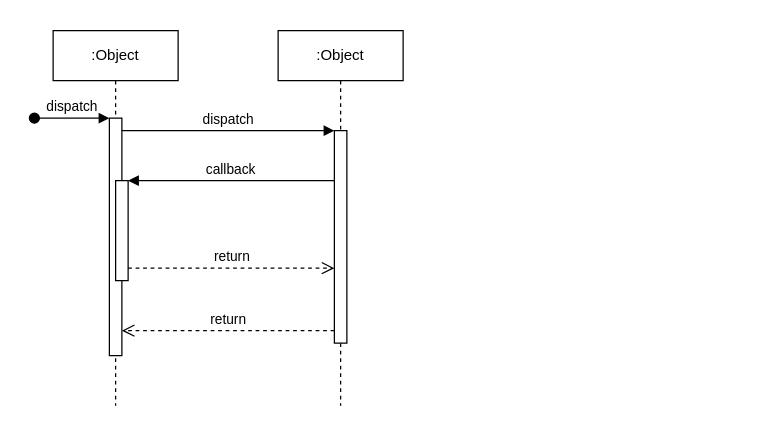
Above: AmirWork/M2/ED_Manager_SequenceDiagram.drawio in SENG-350-2024-fall/Team9 (draw.io), before the change. Source tidied: cells renumbered, new cells numbered last; positions are measured from the earlier drawing's top-left corner, leaving out a move shared by most shapes. Both pictures are drawn from the tidied source at 125%, with x=0, y=0 at pixel (34, 30).
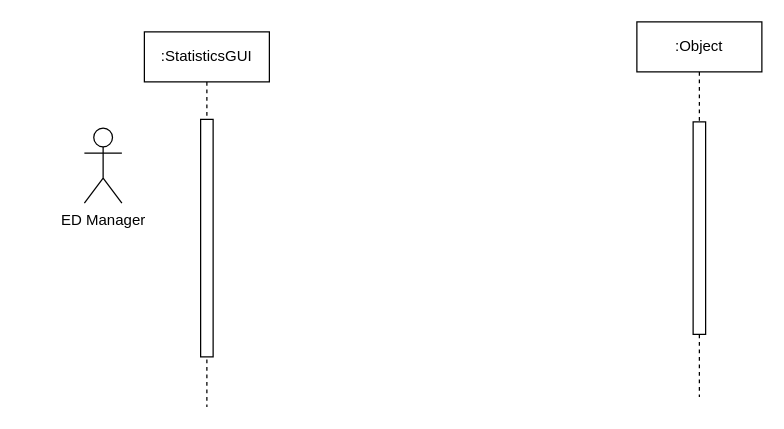
The same page after the edit.

Diff of the diagram source:
```diff
@@
-<mxGraphModel>
+<mxGraphModel background="#ffffff">
   <root>
     <mxCell id="0" />
     <mxCell id="1" parent="0" />
-    <mxCell id="2" value=":Object" style="shape=umlLifeline;perimeter=lifelinePerimeter;whiteSpace=wrap;html=1;newEdgeStyle={&quot;edgeStyle&quot;:&quot;elbowEdgeStyle&quot;,&quot;elbow&quot;:&quot;vertical&quot;,&quot;curved&quot;:0,&quot;rounded&quot;:0};" parent="1" vertex="1">
-      <mxGeometry x="15" width="100" height="300" as="geometry" />
+    <mxCell id="2" value=":StatisticsGUI" style="shape=umlLifeline;perimeter=lifelinePerimeter;whiteSpace=wrap;html=1;newEdgeStyle={&quot;edgeStyle&quot;:&quot;elbowEdgeStyle&quot;,&quot;elbow&quot;:&quot;vertical&quot;,&quot;curved&quot;:0,&quot;rounded&quot;:0};" parent="1" vertex="1">
+      <mxGeometry x="88" y="1" width="100" height="300" as="geometry" />
     </mxCell>
     <mxCell id="3" style="html=1;points=[];perimeter=orthogonalPerimeter;outlineConnect=0;targetShapes=umlLifeline;portConstraint=eastwest;newEdgeStyle={&quot;edgeStyle&quot;:&quot;elbowEdgeStyle&quot;,&quot;elbow&quot;:&quot;vertical&quot;,&quot;curved&quot;:0,&quot;rounded&quot;:0};" parent="2" vertex="1">
       <mxGeometry x="45" y="70" width="10" height="190" as="geometry" />
     </mxCell>
-    <mxCell id="4" value="dispatch" style="html=1;verticalAlign=bottom;startArrow=oval;endArrow=block;startSize=8;edgeStyle=elbowEdgeStyle;elbow=vertical;curved=0;rounded=0;" parent="2" edge="1" target="3">
-      <mxGeometry relative="1" as="geometry">
-        <mxPoint x="-15" y="70" as="sourcePoint" />
-      </mxGeometry>
-    </mxCell>
-    <mxCell id="5" style="html=1;points=[];perimeter=orthogonalPerimeter;outlineConnect=0;targetShapes=umlLifeline;portConstraint=eastwest;newEdgeStyle={&quot;edgeStyle&quot;:&quot;elbowEdgeStyle&quot;,&quot;elbow&quot;:&quot;vertical&quot;,&quot;curved&quot;:0,&quot;rounded&quot;:0};" parent="2" vertex="1">
-      <mxGeometry x="50" y="120" width="10" height="80" as="geometry" />
-    </mxCell>
     <mxCell id="6" value=":Object" style="shape=umlLifeline;perimeter=lifelinePerimeter;whiteSpace=wrap;html=1;newEdgeStyle={&quot;edgeStyle&quot;:&quot;elbowEdgeStyle&quot;,&quot;elbow&quot;:&quot;vertical&quot;,&quot;curved&quot;:0,&quot;rounded&quot;:0};" parent="1" vertex="1">
-      <mxGeometry x="195" width="100" height="300" as="geometry" />
+      <mxGeometry x="482" y="-7" width="100" height="300" as="geometry" />
     </mxCell>
     <mxCell id="7" style="html=1;points=[];perimeter=orthogonalPerimeter;outlineConnect=0;targetShapes=umlLifeline;portConstraint=eastwest;newEdgeStyle={&quot;edgeStyle&quot;:&quot;elbowEdgeStyle&quot;,&quot;elbow&quot;:&quot;vertical&quot;,&quot;curved&quot;:0,&quot;rounded&quot;:0};" parent="6" vertex="1">
       <mxGeometry x="45" y="80" width="10" height="170" as="geometry" />
     </mxCell>
-    <mxCell id="8" value="dispatch" style="html=1;verticalAlign=bottom;endArrow=block;edgeStyle=elbowEdgeStyle;elbow=vertical;curved=0;rounded=0;" parent="1" edge="1" source="3" target="7">
-      <mxGeometry relative="1" as="geometry">
-        <Array as="points">
-          <mxPoint x="155" y="80" />
-        </Array>
-      </mxGeometry>
-    </mxCell>
-    <mxCell id="9" value="return" style="html=1;verticalAlign=bottom;endArrow=open;dashed=1;endSize=8;edgeStyle=elbowEdgeStyle;elbow=vertical;curved=0;rounded=0;" parent="1" edge="1" source="7" target="3">
-      <mxGeometry relative="1" as="geometry">
-        <Array as="points">
-          <mxPoint x="165" y="240" />
-        </Array>
-      </mxGeometry>
-    </mxCell>
-    <mxCell id="10" value="callback" style="html=1;verticalAlign=bottom;endArrow=block;edgeStyle=elbowEdgeStyle;elbow=vertical;curved=0;rounded=0;" parent="1" edge="1" source="7" target="5">
-      <mxGeometry relative="1" as="geometry">
-        <Array as="points">
-          <mxPoint x="165" y="120" />
-        </Array>
-      </mxGeometry>
-    </mxCell>
-    <mxCell id="11" value="return" style="html=1;verticalAlign=bottom;endArrow=open;dashed=1;endSize=8;edgeStyle=elbowEdgeStyle;elbow=vertical;curved=0;rounded=0;" parent="1" edge="1" source="5" target="7">
-      <mxGeometry relative="1" as="geometry">
-        <Array as="points">
-          <mxPoint x="155" y="190" />
-        </Array>
-      </mxGeometry>
-    </mxCell>
+    <mxCell id="12" value="ED Manager" style="shape=umlActor;verticalLabelPosition=bottom;verticalAlign=top;html=1;" parent="1" vertex="1">
+      <mxGeometry x="40" y="78" width="30" height="60" as="geometry" />
+    </mxCell>
   </root>
 </mxGraphModel>
```
